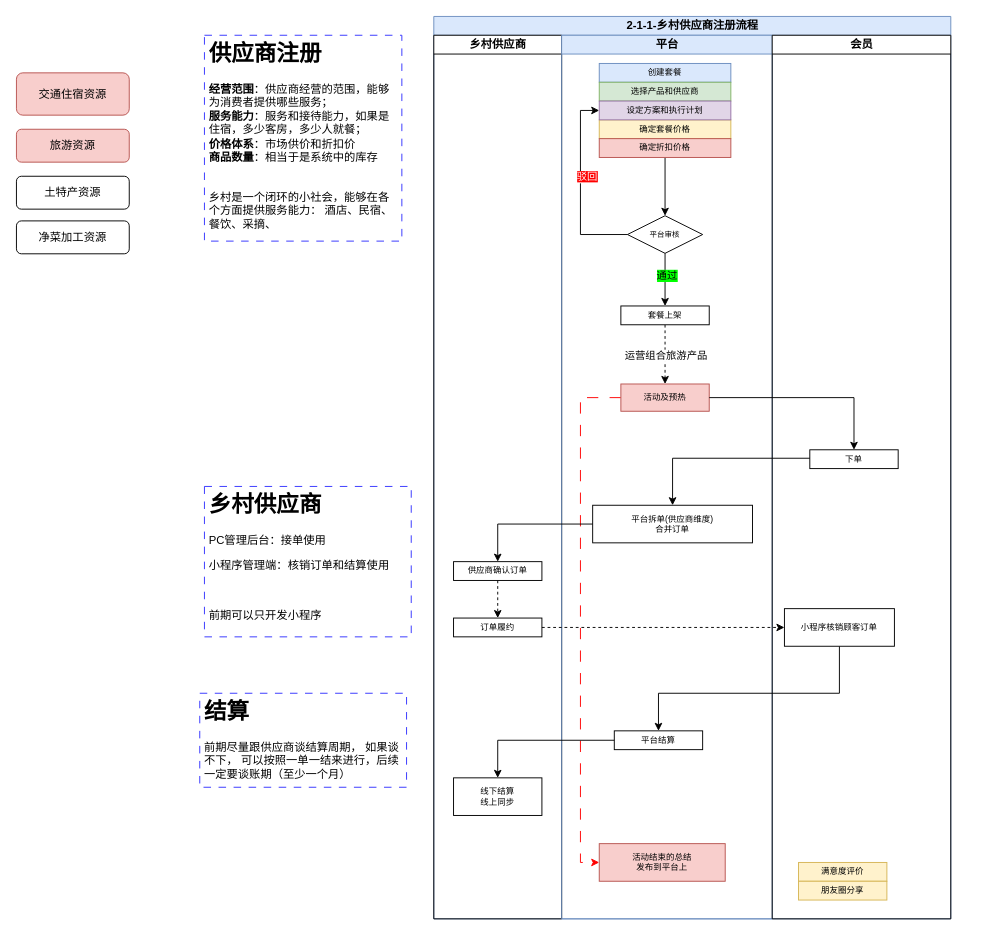
ManGuo/HealthFarm keeps this draw.io diagram as page "2-1-3-整合服务产品流程" (3 of 7) of Graph/2-1-乡村供应商流程.drawio. Above is the earlier version. Source tidied: cells renumbered, new cells numbered last; positions are measured from the earlier drawing's top-left corner, leaving out a move shared by most shapes. Both pictures are drawn from the tidied source at 94%, with x=0, y=0 at pixel (16, 16).
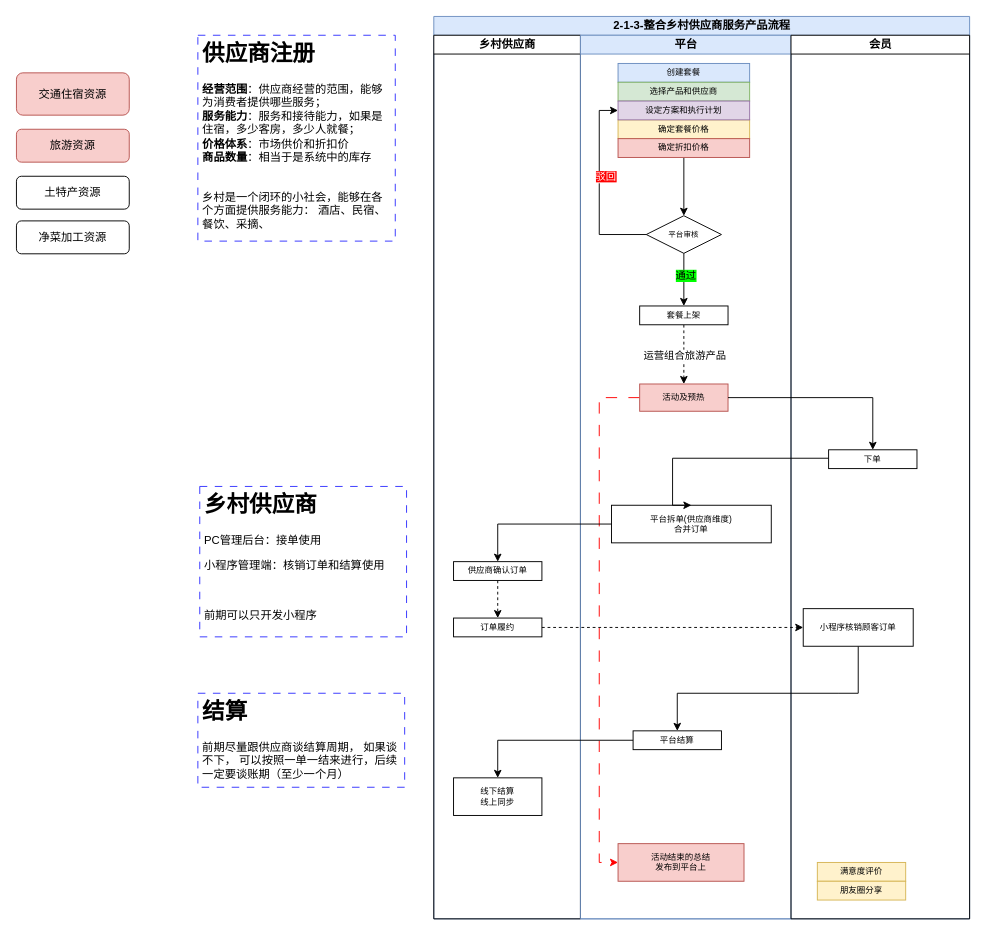
Above is the later version.

What changed in the source:
```diff
@@
-    <mxCell id="2" value="2-1-1-乡村供应商注册流程" style="swimlane;startSize=20;html=1;fillColor=#dae8fc;strokeColor=#6c8ebf;" parent="1" vertex="1">
-      <mxGeometry x="444" width="550" height="960" as="geometry" />
+    <mxCell id="2" value="2-1-3-整合乡村供应商服务产品流程" style="swimlane;startSize=20;html=1;fillColor=#dae8fc;strokeColor=#6c8ebf;" parent="1" vertex="1">
+      <mxGeometry x="444" width="570" height="960" as="geometry" />
     </mxCell>
     <mxCell id="3" value="乡村供应商" style="swimlane;startSize=20;html=1;" parent="2" vertex="1">
-      <mxGeometry y="20" width="136" height="940" as="geometry" />
+      <mxGeometry y="20" width="156" height="940" as="geometry" />
     </mxCell>
@@
     <mxCell id="8" value="平台" style="swimlane;startSize=20;html=1;fillColor=#dae8fc;strokeColor=#6c8ebf;" parent="2" vertex="1">
-      <mxGeometry x="136" y="20" width="224" height="940" as="geometry" />
+      <mxGeometry x="156" y="20" width="224" height="940" as="geometry" />
     </mxCell>
@@
     <mxCell id="32" value="会员" style="swimlane;startSize=20;html=1;" parent="2" vertex="1">
-      <mxGeometry x="360" y="20" width="190" height="940" as="geometry" />
+      <mxGeometry x="380" y="20" width="190" height="940" as="geometry" />
     </mxCell>
@@
     <mxCell id="39" value="&lt;h1&gt;乡村供应商&lt;/h1&gt;&lt;p&gt;PC管理后台：接单使用&lt;/p&gt;&lt;p&gt;小程序管理端：核销订单和结算使用&lt;/p&gt;&lt;p&gt;&lt;br&gt;&lt;/p&gt;&lt;p&gt;前期可以只开发小程序&lt;br&gt;&lt;/p&gt;&lt;p&gt;&lt;br&gt;&lt;/p&gt;" style="text;html=1;strokeColor=#3333FF;fillColor=none;spacing=5;spacingTop=-20;whiteSpace=wrap;overflow=hidden;rounded=0;dashed=1;dashPattern=8 8;" parent="1" vertex="1">
-      <mxGeometry x="200" y="500" width="220" height="160" as="geometry" />
+      <mxGeometry x="195" y="500" width="220" height="160" as="geometry" />
     </mxCell>
     <mxCell id="40" value="&lt;h1&gt;结算&lt;/h1&gt;前期尽量跟供应商谈结算周期， 如果谈不下， 可以按照一单一结来进行，后续一定要谈账期（至少一个月）" style="text;html=1;strokeColor=#3333FF;fillColor=none;spacing=5;spacingTop=-20;whiteSpace=wrap;overflow=hidden;rounded=0;dashed=1;dashPattern=8 8;" parent="1" vertex="1">
-      <mxGeometry x="195" y="720" width="220" height="100" as="geometry" />
+      <mxGeometry x="193" y="720" width="220" height="100" as="geometry" />
     </mxCell>
     <mxCell id="41" value="&lt;h1&gt;供应商注册&lt;/h1&gt;&lt;div class=&quot;mind-clipboard&quot;&gt;&lt;div&gt;&lt;b&gt;经营范围&lt;/b&gt;：供应商经营的范围，能够为消费者提供哪些服务；&lt;/div&gt;&lt;div&gt;&lt;b&gt;服务能力&lt;/b&gt;：服务和接待能力，如果是住宿，多少客房，多少人就餐；&lt;/div&gt;&lt;div&gt;&lt;b&gt;价格体系&lt;/b&gt;：市场供价和折扣价&lt;/div&gt;&lt;div&gt;&lt;b&gt;商品数量&lt;/b&gt;：相当于是系统中的库存&lt;/div&gt;&lt;div&gt;&lt;br&gt;&lt;/div&gt;&lt;div&gt;&lt;br&gt;&lt;/div&gt;&lt;div&gt;乡村是一个闭环的小社会，能够在各个方面提供服务能力： 酒店、民宿、餐饮、采摘、&lt;/div&gt;&lt;div&gt;&lt;/div&gt;&lt;/div&gt;" style="text;html=1;strokeColor=#3333FF;fillColor=none;spacing=5;spacingTop=-20;whiteSpace=wrap;overflow=hidden;rounded=0;dashed=1;dashPattern=8 8;" parent="1" vertex="1">
-      <mxGeometry x="200" y="20" width="210" height="219" as="geometry" />
+      <mxGeometry x="193" y="20" width="210" height="219" as="geometry" />
     </mxCell>
```
